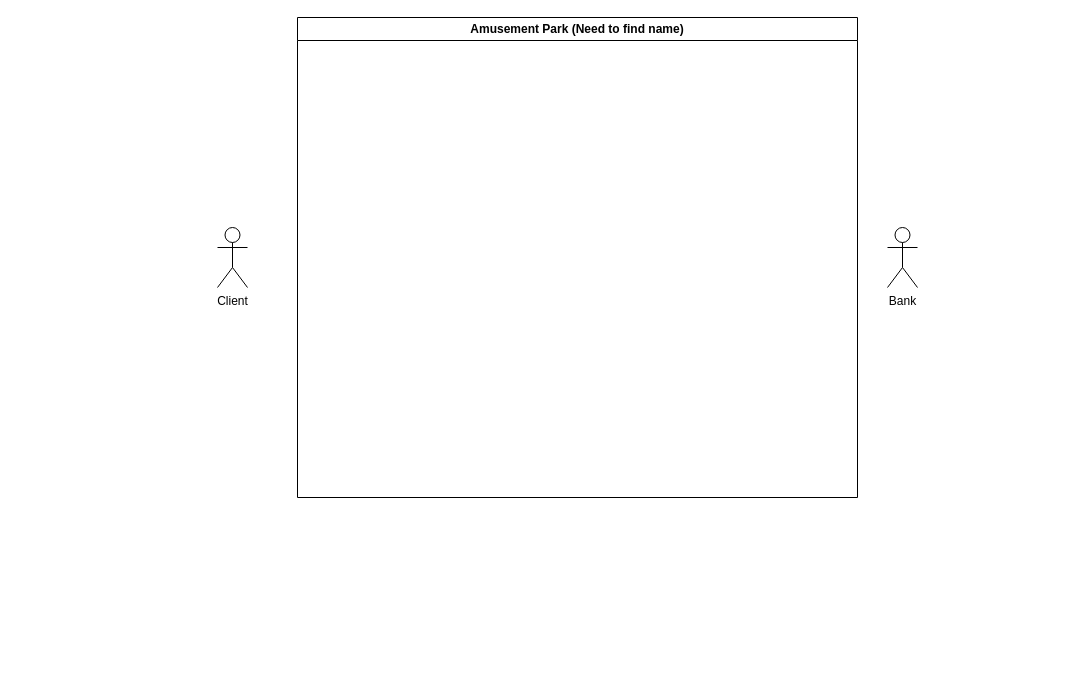
Above: ParkUML.drawio in Tristan-gitt/ParkManagement (draw.io), before the change. Source tidied: cells renumbered, new cells numbered last; positions are measured from the earlier drawing's top-left corner, leaving out a move shared by most shapes. Both pictures are drawn from the tidied source at 100%, with x=0, y=0 at pixel (217, 17).
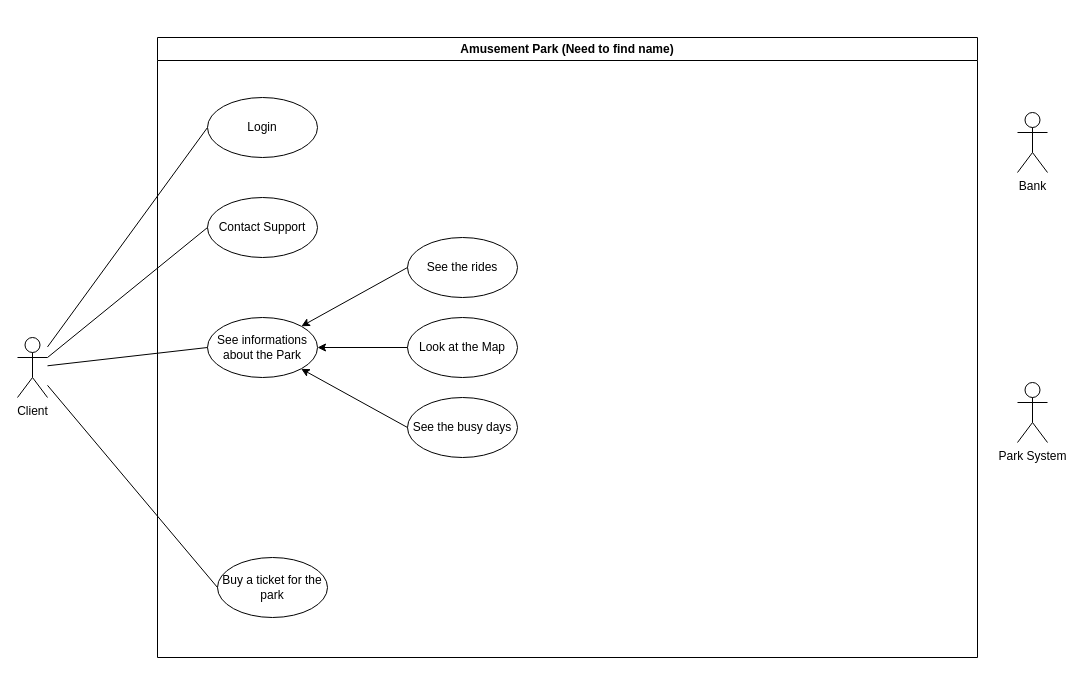
The same page after the edit.

What changed in the source:
```diff
@@
 <mxGraphModel>
   <root>
     <mxCell id="0" />
     <mxCell id="1" parent="0" />
+    <mxCell id="5" style="rounded=0;jettySize=auto;html=1;entryX=0;entryY=0.5;entryDx=0;entryDy=0;endArrow=none;endFill=0;" parent="1" edge="1" source="2" target="6">
+      <mxGeometry relative="1" as="geometry" />
+    </mxCell>
     <mxCell id="2" value="Client" style="shape=umlActor;verticalLabelPosition=bottom;verticalAlign=top;html=1;outlineConnect=0;" parent="1" vertex="1">
-      <mxGeometry y="210" width="30" height="60" as="geometry" />
+      <mxGeometry x="-200" y="320" width="30" height="60" as="geometry" />
     </mxCell>
     <mxCell id="3" value="Bank" style="shape=umlActor;verticalLabelPosition=bottom;verticalAlign=top;html=1;" parent="1" vertex="1">
-      <mxGeometry x="670" y="210" width="30" height="60" as="geometry" />
+      <mxGeometry x="800" y="95" width="30" height="60" as="geometry" />
     </mxCell>
     <mxCell id="4" value="Amusement Park (Need to find name)" style="swimlane;whiteSpace=wrap;html=1;" parent="1" vertex="1">
-      <mxGeometry x="80" width="560" height="480" as="geometry" />
+      <mxGeometry x="-60" y="20" width="820" height="620" as="geometry" />
     </mxCell>
+    <mxCell id="6" value="Login" style="ellipse;whiteSpace=wrap;html=1;" parent="4" vertex="1">
+      <mxGeometry x="50" y="60" width="110" height="60" as="geometry" />
+    </mxCell>
+    <mxCell id="7" value="Contact Support" style="ellipse;whiteSpace=wrap;html=1;" parent="4" vertex="1">
+      <mxGeometry x="50" y="160" width="110" height="60" as="geometry" />
+    </mxCell>
+    <mxCell id="8" value="See informations about the Park" style="ellipse;whiteSpace=wrap;html=1;" parent="4" vertex="1">
+      <mxGeometry x="50" y="280" width="110" height="60" as="geometry" />
+    </mxCell>
+    <mxCell id="9" value="See the rides" style="ellipse;whiteSpace=wrap;html=1;" parent="4" vertex="1">
+      <mxGeometry x="250" y="200" width="110" height="60" as="geometry" />
+    </mxCell>
+    <mxCell id="10" value="Look at the Map" style="ellipse;whiteSpace=wrap;html=1;" parent="4" vertex="1">
+      <mxGeometry x="250" y="280" width="110" height="60" as="geometry" />
+    </mxCell>
+    <mxCell id="11" value="See the busy days" style="ellipse;whiteSpace=wrap;html=1;" parent="4" vertex="1">
+      <mxGeometry x="250" y="360" width="110" height="60" as="geometry" />
+    </mxCell>
+    <mxCell id="12" value="Buy a ticket for the park" style="ellipse;whiteSpace=wrap;html=1;" parent="4" vertex="1">
+      <mxGeometry x="60" y="520" width="110" height="60" as="geometry" />
+    </mxCell>
+    <mxCell id="13" style="rounded=0;jettySize=auto;html=1;entryX=1;entryY=0;entryDx=0;entryDy=0;endArrow=classic;endFill=1;exitX=0;exitY=0.5;exitDx=0;exitDy=0;startArrow=none;startFill=0;" parent="4" edge="1" source="9" target="8">
+      <mxGeometry relative="1" as="geometry" />
+    </mxCell>
+    <mxCell id="14" style="rounded=0;jettySize=auto;html=1;entryX=1;entryY=0.5;entryDx=0;entryDy=0;endArrow=classic;endFill=1;exitX=0;exitY=0.5;exitDx=0;exitDy=0;" parent="4" edge="1" source="10" target="8">
+      <mxGeometry relative="1" as="geometry" />
+    </mxCell>
+    <mxCell id="15" style="rounded=0;jettySize=auto;html=1;endArrow=classic;endFill=1;exitX=0;exitY=0.5;exitDx=0;exitDy=0;" parent="4" edge="1" source="11" target="8">
+      <mxGeometry relative="1" as="geometry" />
+    </mxCell>
+    <mxCell id="16" value="Park System" style="shape=umlActor;verticalLabelPosition=bottom;verticalAlign=top;html=1;" parent="1" vertex="1">
+      <mxGeometry x="800" y="365" width="30" height="60" as="geometry" />
+    </mxCell>
+    <mxCell id="17" style="rounded=0;jettySize=auto;html=1;entryX=0;entryY=0.5;entryDx=0;entryDy=0;endArrow=none;endFill=0;exitX=1;exitY=0.3333333333333333;exitDx=0;exitDy=0;exitPerimeter=0;" parent="1" edge="1" source="2" target="7">
+      <mxGeometry relative="1" as="geometry" />
+    </mxCell>
+    <mxCell id="18" style="rounded=0;jettySize=auto;html=1;entryX=0;entryY=0.5;entryDx=0;entryDy=0;endArrow=none;endFill=0;" parent="1" edge="1" source="2" target="8">
+      <mxGeometry relative="1" as="geometry" />
+    </mxCell>
+    <mxCell id="19" style="rounded=0;jettySize=auto;html=1;entryX=0;entryY=0.5;entryDx=0;entryDy=0;endArrow=none;endFill=0;" parent="1" edge="1" source="2" target="12">
+      <mxGeometry relative="1" as="geometry" />
+    </mxCell>
   </root>
 </mxGraphModel>
```
